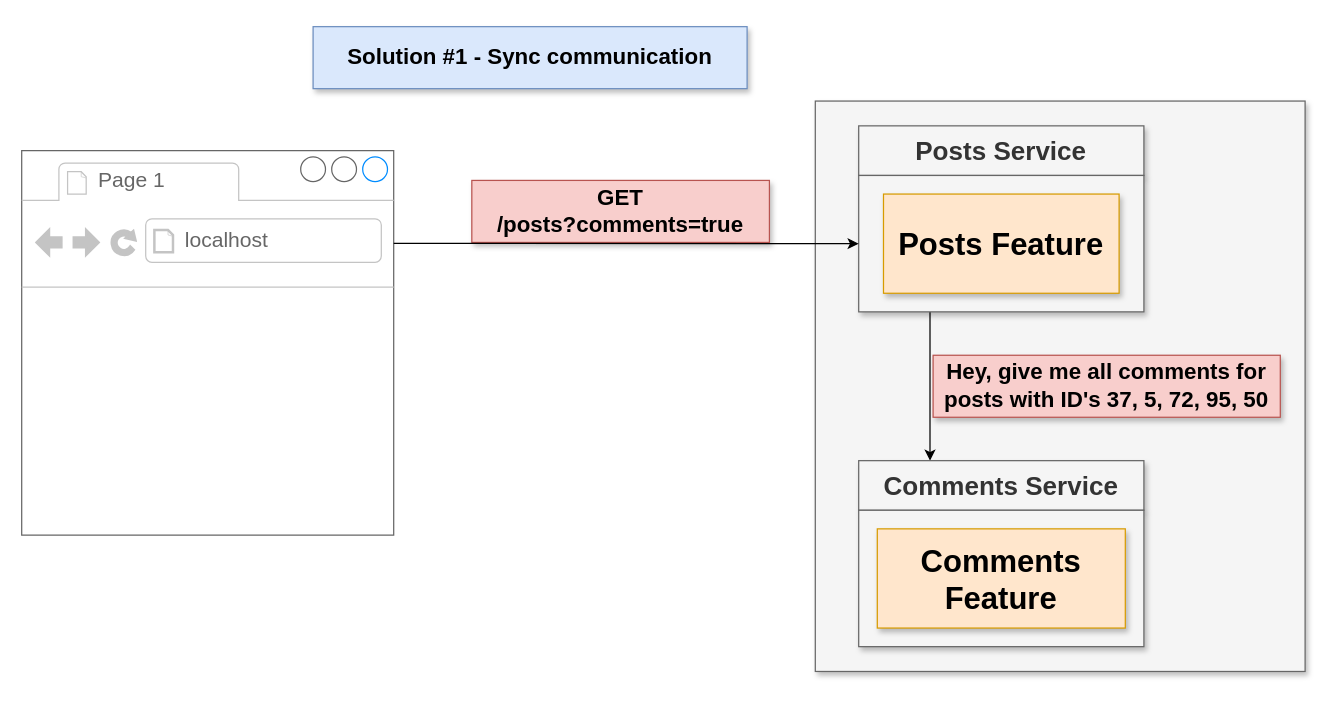
Earlier version of the draw.io diagram page "16 - sync" (17 of 26) of diagrams/02/diagrams.drawio (cosmicfilament/blog-microservices). Source tidied: cells renumbered, new cells numbered last; positions are measured from the earlier drawing's top-left corner, leaving out a move shared by most shapes. Both pictures are drawn from the tidied source at 124%, with x=0, y=0 at pixel (21, 26).
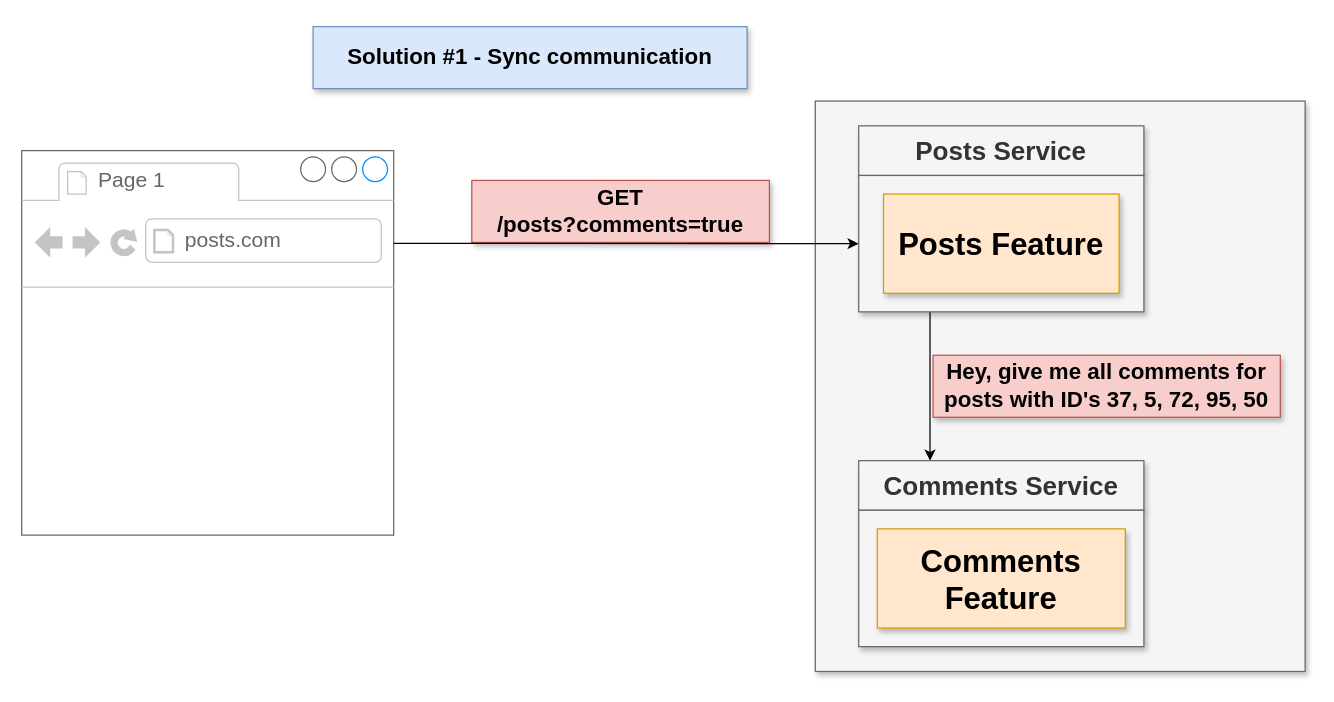
The same diagram, later.

Change to the diagram source:
```diff
@@
 <mxGraphModel>
   <root>
     <mxCell id="0" />
     <mxCell id="1" parent="0" />
     <mxCell id="2" style="rounded=0;whiteSpace=wrap;html=1;shadow=1;fontSize=17;align=left;fillColor=#f5f5f5;strokeColor=#666666;fontColor=#333333;" parent="1" vertex="1">
       <mxGeometry x="640" y="60" width="395" height="460" as="geometry" />
     </mxCell>
     <mxCell id="3" value="Posts Service" style="rounded=0;whiteSpace=wrap;html=1;shadow=1;fontSize=21;align=center;fillColor=#f5f5f5;strokeColor=#666666;fontColor=#333333;fontStyle=1;" parent="1" vertex="1">
       <mxGeometry x="675" y="80" width="230" height="40" as="geometry" />
     </mxCell>
     <mxCell id="4" style="edgeStyle=orthogonalEdgeStyle;rounded=0;jettySize=auto;html=1;exitX=0.25;exitY=1;exitDx=0;exitDy=0;entryX=0.25;entryY=0;entryDx=0;entryDy=0;fontSize=27;" parent="1" edge="1" source="5" target="10">
       <mxGeometry relative="1" as="geometry" />
     </mxCell>
     <mxCell id="5" style="rounded=0;whiteSpace=wrap;html=1;shadow=1;fontSize=17;align=left;fillColor=#f5f5f5;strokeColor=#666666;fontColor=#333333;" parent="1" vertex="1">
       <mxGeometry x="675" y="120" width="230" height="110" as="geometry" />
     </mxCell>
     <mxCell id="6" value="Posts Feature" style="whiteSpace=wrap;html=1;rounded=0;shadow=1;fontSize=25;align=center;fillColor=#ffe6cc;strokeColor=#d79b00;fontStyle=1;" parent="1" vertex="1">
       <mxGeometry x="695" y="135" width="190" height="80" as="geometry" />
     </mxCell>
     <mxCell id="7" style="strokeWidth=1;shadow=0;dashed=0;align=center;html=1;shape=mxgraph.mockup.containers.browserWindow;rSize=0;strokeColor=#666666;strokeColor2=#008cff;strokeColor3=#c4c4c4;mainText=,;rounded=0;fontSize=17;" parent="1" vertex="1">
       <mxGeometry y="100" width="300" height="310" as="geometry" />
     </mxCell>
     <mxCell id="8" value="Page 1" style="strokeWidth=1;shadow=0;dashed=0;align=center;html=1;shape=mxgraph.mockup.containers.anchor;fontSize=17;fontColor=#666666;align=left;" parent="7" vertex="1">
       <mxGeometry x="60" y="12" width="110" height="26" as="geometry" />
     </mxCell>
-    <mxCell id="9" value="localhost" style="strokeWidth=1;shadow=0;dashed=0;align=center;html=1;shape=mxgraph.mockup.containers.anchor;rSize=0;fontSize=17;fontColor=#666666;align=left;" parent="7" vertex="1">
+    <mxCell id="9" value="posts.com" style="strokeWidth=1;shadow=0;dashed=0;align=center;html=1;shape=mxgraph.mockup.containers.anchor;rSize=0;fontSize=17;fontColor=#666666;align=left;" parent="7" vertex="1">
       <mxGeometry x="130" y="60" width="250" height="26" as="geometry" />
     </mxCell>
     <mxCell id="10" value="Comments Service" style="rounded=0;whiteSpace=wrap;html=1;shadow=1;fontSize=21;align=center;fillColor=#f5f5f5;strokeColor=#666666;fontColor=#333333;fontStyle=1;" parent="1" vertex="1">
       <mxGeometry x="675" y="350" width="230" height="40" as="geometry" />
     </mxCell>
     <mxCell id="11" style="rounded=0;whiteSpace=wrap;html=1;shadow=1;fontSize=17;align=left;fillColor=#f5f5f5;strokeColor=#666666;fontColor=#333333;" parent="1" vertex="1">
       <mxGeometry x="675" y="390" width="230" height="110" as="geometry" />
     </mxCell>
     <mxCell id="12" value="Comments Feature" style="whiteSpace=wrap;html=1;rounded=0;shadow=1;fontSize=25;align=center;fillColor=#ffe6cc;strokeColor=#d79b00;fontStyle=1;" parent="1" vertex="1">
       <mxGeometry x="690" y="405" width="200" height="80" as="geometry" />
     </mxCell>
     <mxCell id="13" value="GET &lt;br&gt;/posts?comments=true" style="whiteSpace=wrap;html=1;rounded=0;shadow=1;fontSize=18;align=center;fillColor=#f8cecc;strokeColor=#b85450;fontStyle=1;" parent="1" vertex="1">
       <mxGeometry x="363" y="124" width="240" height="50" as="geometry" />
     </mxCell>
     <mxCell id="14" style="endArrow=classic;html=1;fontSize=27;entryX=0;entryY=0.5;entryDx=0;entryDy=0;" parent="1" edge="1" target="5">
       <mxGeometry relative="1" as="geometry">
         <mxPoint x="300" y="174.7" as="sourcePoint" />
       </mxGeometry>
     </mxCell>
     <mxCell id="15" value="Solution #1 - Sync communication" style="whiteSpace=wrap;html=1;rounded=0;shadow=1;fontSize=18;align=center;fillColor=#dae8fc;strokeColor=#6c8ebf;fontStyle=1;" parent="1" vertex="1">
       <mxGeometry x="235" width="350" height="50" as="geometry" />
     </mxCell>
     <mxCell id="16" value="Hey, give me all comments for posts with ID's 37, 5, 72, 95, 50" style="whiteSpace=wrap;html=1;rounded=0;shadow=1;fontSize=18;align=center;fillColor=#f8cecc;strokeColor=#b85450;fontStyle=1;" parent="1" vertex="1">
       <mxGeometry x="735" y="265" width="280" height="50" as="geometry" />
     </mxCell>
   </root>
 </mxGraphModel>
```
